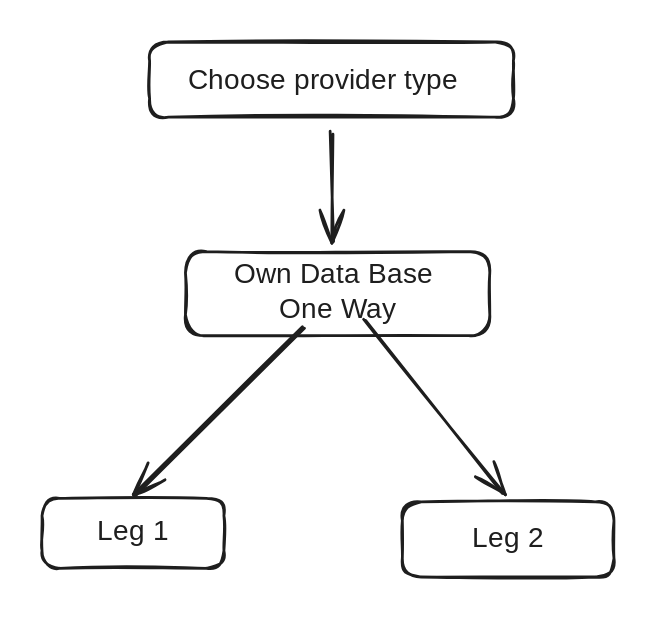
Above: .gitbook/assets/file.excalidraw (7).svg in supporttpq/docs360 (Excalidraw), before the change. Source tidied: one line per element, renumbered; positions are measured from the earlier drawing's top-left corner, leaving out a move shared by most shapes.
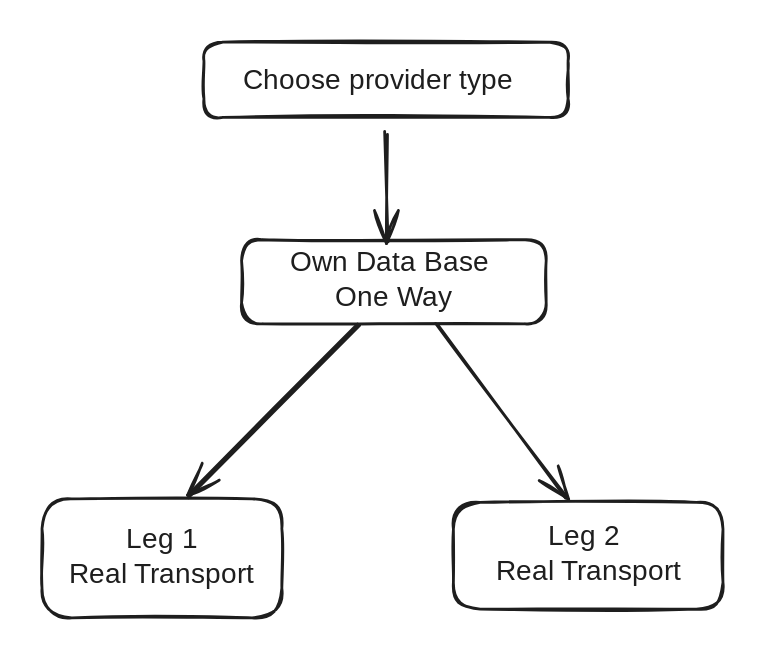
Later version of the same file.

Commit message:
GITBOOK-1259: No subject

Diff of the diagram source:
```diff
@@ -1,11 +1,11 @@
 {"id": 0, "type": "rectangle", "strokeColor": "#1e1e1e", "strokeWidth": 2, "roughness": 1, "round": true, "x": 77, "y": 0, "width": 260, "height": 54}
 {"id": 1, "type": "text", "text": "Choose provider type", "strokeColor": "#1e1e1e", "strokeWidth": 2, "roughness": 1, "fontSize": 20, "fontFamily": 5, "textAlign": "center", "x": 98, "y": 16, "width": 207, "height": 25}
 {"id": 2, "type": "arrow", "strokeColor": "#1e1e1e", "strokeWidth": 2, "roughness": 1, "endArrowhead": "arrow", "round": true, "from": 0, "x": 206, "y": 65, "width": 2, "height": 79, "points": [[0, 0], [2, 79]]}
-{"id": 3, "type": "rectangle", "strokeColor": "#1e1e1e", "strokeWidth": 2, "roughness": 1, "round": true, "x": 102, "y": 150, "width": 218, "height": 60}
+{"id": 3, "type": "rectangle", "strokeColor": "#1e1e1e", "strokeWidth": 2, "roughness": 1, "round": true, "x": 104, "y": 141, "width": 218, "height": 60}
-{"id": 4, "type": "text", "text": "Own Data Base \nOne Way", "strokeColor": "#1e1e1e", "strokeWidth": 2, "roughness": 1, "fontSize": 20, "fontFamily": 5, "textAlign": "center", "verticalAlign": "middle", "inside": 3, "x": 129, "y": 155, "width": 164, "height": 50}
+{"id": 4, "type": "text", "text": "Own Data Base \nOne Way", "strokeColor": "#1e1e1e", "strokeWidth": 2, "roughness": 1, "fontSize": 20, "fontFamily": 5, "textAlign": "center", "verticalAlign": "middle", "inside": 3, "x": 130, "y": 146, "width": 164, "height": 50}
-{"id": 5, "type": "arrow", "strokeColor": "#1e1e1e", "strokeWidth": 2, "roughness": 1, "endArrowhead": "arrow", "round": true, "from": 3, "x": 188, "y": 205, "width": 122, "height": 120, "points": [[0, 0], [-122, 120]]}
+{"id": 5, "type": "arrow", "strokeColor": "#1e1e1e", "strokeWidth": 2, "roughness": 1, "endArrowhead": "arrow", "round": true, "from": 3, "x": 188, "y": 203, "width": 123, "height": 122, "points": [[0, 0], [-123, 122]]}
-{"id": 6, "type": "arrow", "strokeColor": "#1e1e1e", "strokeWidth": 2, "roughness": 1, "endArrowhead": "arrow", "round": true, "from": 3, "x": 231, "y": 199, "width": 99, "height": 125, "points": [[0, 0], [99, 125]]}
+{"id": 6, "type": "arrow", "strokeColor": "#1e1e1e", "strokeWidth": 2, "roughness": 1, "endArrowhead": "arrow", "round": true, "from": 3, "to": 9, "x": 244, "y": 201, "width": 92, "height": 125, "points": [[0, 0], [92, 125]]}
-{"id": 7, "type": "rectangle", "strokeColor": "#1e1e1e", "strokeWidth": 2, "roughness": 1, "round": true, "x": 0, "y": 326, "width": 130, "height": 50}
+{"id": 7, "type": "rectangle", "strokeColor": "#1e1e1e", "strokeWidth": 2, "roughness": 1, "round": true, "x": -39, "y": 326, "width": 171, "height": 85}
-{"id": 8, "type": "text", "text": "Leg 1", "strokeColor": "#1e1e1e", "strokeWidth": 2, "roughness": 1, "fontSize": 20, "fontFamily": 5, "textAlign": "center", "verticalAlign": "middle", "inside": 7, "x": 40, "y": 339, "width": 50, "height": 25}
+{"id": 8, "type": "text", "text": "Leg 1\nReal Transport", "strokeColor": "#1e1e1e", "strokeWidth": 2, "roughness": 1, "fontSize": 20, "fontFamily": 5, "textAlign": "center", "verticalAlign": "middle", "inside": 7, "x": -28, "y": 344, "width": 149, "height": 50}
-{"id": 9, "type": "rectangle", "strokeColor": "#1e1e1e", "strokeWidth": 2, "roughness": 1, "round": true, "x": 258, "y": 329, "width": 151, "height": 54}
+{"id": 9, "type": "rectangle", "strokeColor": "#1e1e1e", "strokeWidth": 2, "roughness": 1, "round": true, "x": 255, "y": 329, "width": 192, "height": 76}
-{"id": 10, "type": "text", "text": "Leg 2", "strokeColor": "#1e1e1e", "strokeWidth": 2, "roughness": 1, "fontSize": 20, "fontFamily": 5, "textAlign": "center", "verticalAlign": "middle", "inside": 9, "x": 306, "y": 343, "width": 55, "height": 25}
+{"id": 10, "type": "text", "text": "Leg 2 \nReal Transport", "strokeColor": "#1e1e1e", "strokeWidth": 2, "roughness": 1, "fontSize": 20, "fontFamily": 5, "textAlign": "center", "verticalAlign": "middle", "inside": 9, "x": 277, "y": 342, "width": 149, "height": 50}
```
